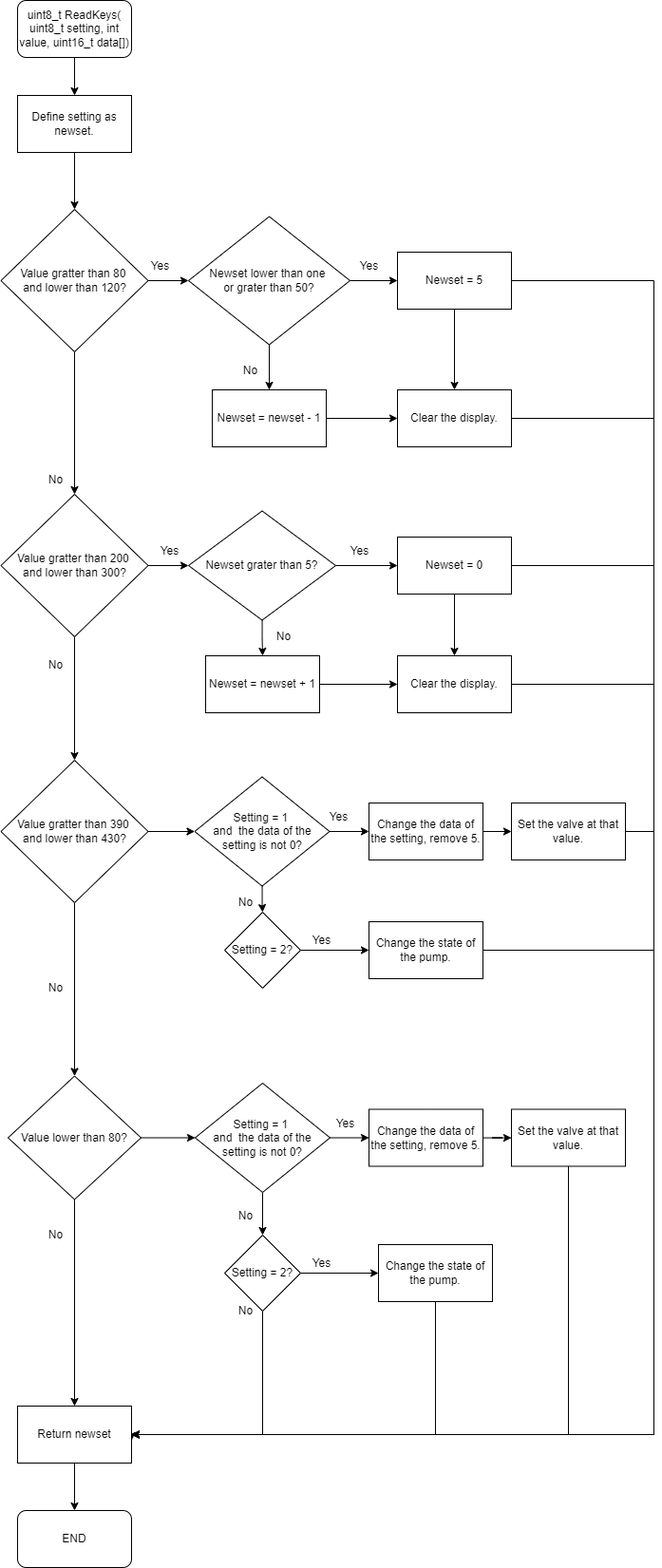
Before: img/Buttons.drawio.png, a diagram exported from draw.io (unaxlasa/Water-Tank-Project). Source tidied: cells renumbered, new cells last; positions are measured from the earlier drawing's top-left corner, leaving out a move shared by most shapes. The source it was exported from:
```xml
<mxGraphModel>
  <root>
    <mxCell id="0" />
    <mxCell id="1" parent="0" />
    <mxCell id="2" style="edgeStyle=orthogonalEdgeStyle;rounded=0;jettySize=auto;html=1;" parent="1" edge="1" source="3" target="5">
      <mxGeometry relative="1" as="geometry" />
    </mxCell>
    <mxCell id="3" value="uint8_t ReadKeys( uint8_t setting, int value, uint16_t data[])" style="rounded=1;whiteSpace=wrap;html=1;" parent="1" vertex="1">
      <mxGeometry x="18" width="120" height="60" as="geometry" />
    </mxCell>
    <mxCell id="4" style="edgeStyle=orthogonalEdgeStyle;rounded=0;jettySize=auto;html=1;" parent="1" edge="1" source="5" target="8">
      <mxGeometry relative="1" as="geometry" />
    </mxCell>
    <mxCell id="5" value="Define setting as newset." style="rounded=0;whiteSpace=wrap;html=1;" parent="1" vertex="1">
      <mxGeometry x="18" y="100" width="120" height="60" as="geometry" />
    </mxCell>
    <mxCell id="6" style="edgeStyle=orthogonalEdgeStyle;rounded=0;jettySize=auto;html=1;" parent="1" edge="1" source="8" target="11">
      <mxGeometry relative="1" as="geometry" />
    </mxCell>
    <mxCell id="7" style="edgeStyle=orthogonalEdgeStyle;rounded=0;jettySize=auto;html=1;" parent="1" edge="1" source="8" target="23">
      <mxGeometry relative="1" as="geometry" />
    </mxCell>
    <mxCell id="8" value="Value gratter than 80 &lt;br&gt;and lower than 120?" style="rhombus;whiteSpace=wrap;html=1;" parent="1" vertex="1">
      <mxGeometry x="0.5" y="220" width="155" height="150" as="geometry" />
    </mxCell>
    <mxCell id="9" style="edgeStyle=orthogonalEdgeStyle;rounded=0;jettySize=auto;html=1;" parent="1" edge="1" source="11" target="14">
      <mxGeometry relative="1" as="geometry" />
    </mxCell>
    <mxCell id="10" style="edgeStyle=orthogonalEdgeStyle;rounded=0;jettySize=auto;html=1;" parent="1" edge="1" source="11" target="36">
      <mxGeometry relative="1" as="geometry" />
    </mxCell>
    <mxCell id="11" value="Value gratter than 200 &lt;br&gt;and lower than 300?" style="rhombus;whiteSpace=wrap;html=1;" parent="1" vertex="1">
      <mxGeometry x="0.5" y="520" width="155" height="150" as="geometry" />
    </mxCell>
    <mxCell id="12" style="edgeStyle=orthogonalEdgeStyle;rounded=0;jettySize=auto;html=1;" parent="1" edge="1" source="14" target="17">
      <mxGeometry relative="1" as="geometry" />
    </mxCell>
    <mxCell id="13" style="edgeStyle=orthogonalEdgeStyle;rounded=0;jettySize=auto;html=1;" parent="1" edge="1" source="14" target="49">
      <mxGeometry relative="1" as="geometry" />
    </mxCell>
    <mxCell id="14" value="Value gratter than 390 &lt;br&gt;and lower than 430?" style="rhombus;whiteSpace=wrap;html=1;" parent="1" vertex="1">
      <mxGeometry x="0.5" y="800" width="155" height="150" as="geometry" />
    </mxCell>
    <mxCell id="15" style="edgeStyle=orthogonalEdgeStyle;rounded=0;jettySize=auto;html=1;" parent="1" edge="1" source="17" target="63">
      <mxGeometry relative="1" as="geometry" />
    </mxCell>
    <mxCell id="16" style="edgeStyle=orthogonalEdgeStyle;rounded=0;jettySize=auto;html=1;" parent="1" edge="1" source="17">
      <mxGeometry relative="1" as="geometry">
        <mxPoint x="78" y="1480" as="targetPoint" />
      </mxGeometry>
    </mxCell>
    <mxCell id="17" value="Value lower than 80?" style="rhombus;whiteSpace=wrap;html=1;" parent="1" vertex="1">
      <mxGeometry x="8" y="1132.5" width="140" height="130" as="geometry" />
    </mxCell>
    <mxCell id="18" value="No" style="text;html=1;align=center;verticalAlign=middle;strokeColor=none;fillColor=none;" parent="1" vertex="1">
      <mxGeometry x="43" y="495" width="30" height="20" as="geometry" />
    </mxCell>
    <mxCell id="19" value="No" style="text;html=1;align=center;verticalAlign=middle;strokeColor=none;fillColor=none;" parent="1" vertex="1">
      <mxGeometry x="43" y="690" width="30" height="20" as="geometry" />
    </mxCell>
    <mxCell id="20" value="No" style="text;html=1;align=center;verticalAlign=middle;strokeColor=none;fillColor=none;" parent="1" vertex="1">
      <mxGeometry x="43" y="1030" width="30" height="20" as="geometry" />
    </mxCell>
    <mxCell id="21" style="edgeStyle=orthogonalEdgeStyle;rounded=0;jettySize=auto;html=1;" parent="1" edge="1" source="23" target="25">
      <mxGeometry relative="1" as="geometry" />
    </mxCell>
    <mxCell id="22" style="edgeStyle=orthogonalEdgeStyle;rounded=0;jettySize=auto;html=1;" parent="1" edge="1" source="23" target="28">
      <mxGeometry relative="1" as="geometry" />
    </mxCell>
    <mxCell id="23" value="Newset lower than one &lt;br&gt;or grater than 50?" style="rhombus;whiteSpace=wrap;html=1;" parent="1" vertex="1">
      <mxGeometry x="198" y="227.5" width="170" height="135" as="geometry" />
    </mxCell>
    <mxCell id="24" style="edgeStyle=orthogonalEdgeStyle;rounded=0;jettySize=auto;html=1;" parent="1" edge="1" source="25" target="32">
      <mxGeometry relative="1" as="geometry" />
    </mxCell>
    <mxCell id="25" value="Newset = newset - 1" style="rounded=0;whiteSpace=wrap;html=1;" parent="1" vertex="1">
      <mxGeometry x="223" y="410" width="120" height="60" as="geometry" />
    </mxCell>
    <mxCell id="26" style="edgeStyle=orthogonalEdgeStyle;rounded=0;jettySize=auto;html=1;" parent="1" edge="1" source="28" target="32">
      <mxGeometry relative="1" as="geometry" />
    </mxCell>
    <mxCell id="27" style="edgeStyle=orthogonalEdgeStyle;rounded=0;jettySize=auto;html=1;exitX=1;exitY=0.5;exitDx=0;exitDy=0;entryX=1;entryY=0.5;entryDx=0;entryDy=0;" parent="1" edge="1" source="28">
      <mxGeometry relative="1" as="geometry">
        <mxPoint x="138" y="1510" as="targetPoint" />
        <Array as="points">
          <mxPoint x="688" y="295" />
          <mxPoint x="688" y="1510" />
        </Array>
      </mxGeometry>
    </mxCell>
    <mxCell id="28" value="Newset = 5" style="rounded=0;whiteSpace=wrap;html=1;" parent="1" vertex="1">
      <mxGeometry x="418" y="265" width="120" height="60" as="geometry" />
    </mxCell>
    <mxCell id="29" value="No" style="text;html=1;align=center;verticalAlign=middle;strokeColor=none;fillColor=none;" parent="1" vertex="1">
      <mxGeometry x="248" y="380" width="30" height="20" as="geometry" />
    </mxCell>
    <mxCell id="30" value="Yes" style="text;html=1;align=center;verticalAlign=middle;strokeColor=none;fillColor=none;" parent="1" vertex="1">
      <mxGeometry x="368" y="270" width="40" height="20" as="geometry" />
    </mxCell>
    <mxCell id="31" style="edgeStyle=orthogonalEdgeStyle;rounded=0;jettySize=auto;html=1;exitX=1;exitY=0.5;exitDx=0;exitDy=0;entryX=1;entryY=0.5;entryDx=0;entryDy=0;" parent="1" edge="1" source="32">
      <mxGeometry relative="1" as="geometry">
        <mxPoint x="138" y="1510" as="targetPoint" />
        <Array as="points">
          <mxPoint x="688" y="440" />
          <mxPoint x="688" y="1510" />
        </Array>
      </mxGeometry>
    </mxCell>
    <mxCell id="32" value="Clear the display." style="rounded=0;whiteSpace=wrap;html=1;" parent="1" vertex="1">
      <mxGeometry x="418" y="410" width="120" height="60" as="geometry" />
    </mxCell>
    <mxCell id="33" value="Yes" style="text;html=1;align=center;verticalAlign=middle;strokeColor=none;fillColor=none;" parent="1" vertex="1">
      <mxGeometry x="148" y="270" width="40" height="20" as="geometry" />
    </mxCell>
    <mxCell id="34" style="edgeStyle=orthogonalEdgeStyle;rounded=0;jettySize=auto;html=1;" parent="1" edge="1" source="36" target="41">
      <mxGeometry relative="1" as="geometry" />
    </mxCell>
    <mxCell id="35" style="edgeStyle=orthogonalEdgeStyle;rounded=0;jettySize=auto;html=1;" parent="1" edge="1" source="36" target="39">
      <mxGeometry relative="1" as="geometry" />
    </mxCell>
    <mxCell id="36" value="Newset grater than 5?" style="rhombus;whiteSpace=wrap;html=1;" parent="1" vertex="1">
      <mxGeometry x="198" y="537.5" width="155" height="115" as="geometry" />
    </mxCell>
    <mxCell id="37" style="edgeStyle=orthogonalEdgeStyle;rounded=0;jettySize=auto;html=1;" parent="1" edge="1" source="39" target="43">
      <mxGeometry relative="1" as="geometry" />
    </mxCell>
    <mxCell id="38" style="edgeStyle=orthogonalEdgeStyle;rounded=0;jettySize=auto;html=1;exitX=1;exitY=0.5;exitDx=0;exitDy=0;entryX=1;entryY=0.5;entryDx=0;entryDy=0;" parent="1" edge="1" source="39">
      <mxGeometry relative="1" as="geometry">
        <mxPoint x="138" y="1510" as="targetPoint" />
        <Array as="points">
          <mxPoint x="688" y="595" />
          <mxPoint x="688" y="1510" />
        </Array>
      </mxGeometry>
    </mxCell>
    <mxCell id="39" value="Newset = 0" style="rounded=0;whiteSpace=wrap;html=1;" parent="1" vertex="1">
      <mxGeometry x="418" y="565" width="120" height="60" as="geometry" />
    </mxCell>
    <mxCell id="40" style="edgeStyle=orthogonalEdgeStyle;rounded=0;jettySize=auto;html=1;" parent="1" edge="1" source="41" target="43">
      <mxGeometry relative="1" as="geometry" />
    </mxCell>
    <mxCell id="41" value="Newset = newset + 1" style="rounded=0;whiteSpace=wrap;html=1;" parent="1" vertex="1">
      <mxGeometry x="216" y="690" width="120" height="60" as="geometry" />
    </mxCell>
    <mxCell id="42" style="edgeStyle=orthogonalEdgeStyle;rounded=0;jettySize=auto;html=1;exitX=1;exitY=0.5;exitDx=0;exitDy=0;entryX=1;entryY=0.5;entryDx=0;entryDy=0;" parent="1" edge="1" source="43">
      <mxGeometry relative="1" as="geometry">
        <mxPoint x="138" y="1510" as="targetPoint" />
        <Array as="points">
          <mxPoint x="688" y="720" />
          <mxPoint x="688" y="1510" />
        </Array>
      </mxGeometry>
    </mxCell>
    <mxCell id="43" value="Clear the display." style="rounded=0;whiteSpace=wrap;html=1;" parent="1" vertex="1">
      <mxGeometry x="418" y="690" width="120" height="60" as="geometry" />
    </mxCell>
    <mxCell id="44" value="Yes" style="text;html=1;align=center;verticalAlign=middle;strokeColor=none;fillColor=none;" parent="1" vertex="1">
      <mxGeometry x="358" y="570" width="40" height="20" as="geometry" />
    </mxCell>
    <mxCell id="45" value="No" style="text;html=1;align=center;verticalAlign=middle;strokeColor=none;fillColor=none;" parent="1" vertex="1">
      <mxGeometry x="283" y="660" width="30" height="20" as="geometry" />
    </mxCell>
    <mxCell id="46" value="Yes" style="text;html=1;align=center;verticalAlign=middle;strokeColor=none;fillColor=none;" parent="1" vertex="1">
      <mxGeometry x="158" y="570" width="40" height="20" as="geometry" />
    </mxCell>
    <mxCell id="47" style="edgeStyle=orthogonalEdgeStyle;rounded=0;jettySize=auto;html=1;" parent="1" edge="1" source="49" target="51">
      <mxGeometry relative="1" as="geometry" />
    </mxCell>
    <mxCell id="48" style="edgeStyle=orthogonalEdgeStyle;rounded=0;jettySize=auto;html=1;" parent="1" edge="1" source="49" target="56">
      <mxGeometry relative="1" as="geometry" />
    </mxCell>
    <mxCell id="49" value="Setting = 1 &lt;br&gt;and&amp;nbsp; the data of the setting is not 0?" style="rhombus;whiteSpace=wrap;html=1;" parent="1" vertex="1">
      <mxGeometry x="204.5" y="817.5" width="142" height="115" as="geometry" />
    </mxCell>
    <mxCell id="50" style="edgeStyle=orthogonalEdgeStyle;rounded=0;jettySize=auto;html=1;" parent="1" edge="1" source="51" target="54">
      <mxGeometry relative="1" as="geometry" />
    </mxCell>
    <mxCell id="51" value="Setting = 2?" style="rhombus;whiteSpace=wrap;html=1;" parent="1" vertex="1">
      <mxGeometry x="236" y="960" width="80" height="80" as="geometry" />
    </mxCell>
    <mxCell id="52" value="No" style="text;html=1;align=center;verticalAlign=middle;strokeColor=none;fillColor=none;" parent="1" vertex="1">
      <mxGeometry x="243" y="940" width="30" height="20" as="geometry" />
    </mxCell>
    <mxCell id="53" style="edgeStyle=orthogonalEdgeStyle;rounded=0;jettySize=auto;html=1;exitX=1;exitY=0.5;exitDx=0;exitDy=0;entryX=1;entryY=0.5;entryDx=0;entryDy=0;" parent="1" edge="1" source="54">
      <mxGeometry relative="1" as="geometry">
        <mxPoint x="138" y="1510" as="targetPoint" />
        <Array as="points">
          <mxPoint x="688" y="1000" />
          <mxPoint x="688" y="1510" />
        </Array>
      </mxGeometry>
    </mxCell>
    <mxCell id="54" value="Change the state of the pump." style="rounded=0;whiteSpace=wrap;html=1;" parent="1" vertex="1">
      <mxGeometry x="388" y="970" width="120" height="60" as="geometry" />
    </mxCell>
    <mxCell id="55" style="edgeStyle=orthogonalEdgeStyle;rounded=0;jettySize=auto;html=1;" parent="1" edge="1" source="56" target="58">
      <mxGeometry relative="1" as="geometry" />
    </mxCell>
    <mxCell id="56" value="Change the data of the setting, remove 5." style="rounded=0;whiteSpace=wrap;html=1;" parent="1" vertex="1">
      <mxGeometry x="388" y="845" width="120" height="60" as="geometry" />
    </mxCell>
    <mxCell id="57" style="edgeStyle=orthogonalEdgeStyle;rounded=0;jettySize=auto;html=1;exitX=1;exitY=0.5;exitDx=0;exitDy=0;" parent="1" edge="1" source="58">
      <mxGeometry relative="1" as="geometry">
        <mxPoint x="138" y="1516.2" as="targetPoint" />
        <Array as="points">
          <mxPoint x="688" y="875" />
          <mxPoint x="688" y="1510" />
          <mxPoint x="138" y="1510" />
        </Array>
      </mxGeometry>
    </mxCell>
    <mxCell id="58" value="Set the valve at that value." style="rounded=0;whiteSpace=wrap;html=1;" parent="1" vertex="1">
      <mxGeometry x="538" y="845" width="120" height="60" as="geometry" />
    </mxCell>
    <mxCell id="59" value="Yes" style="text;html=1;align=center;verticalAlign=middle;strokeColor=none;fillColor=none;" parent="1" vertex="1">
      <mxGeometry x="336" y="850" width="40" height="20" as="geometry" />
    </mxCell>
    <mxCell id="60" value="Yes" style="text;html=1;align=center;verticalAlign=middle;strokeColor=none;fillColor=none;" parent="1" vertex="1">
      <mxGeometry x="318" y="980" width="40" height="20" as="geometry" />
    </mxCell>
    <mxCell id="61" style="edgeStyle=orthogonalEdgeStyle;rounded=0;jettySize=auto;html=1;" parent="1" edge="1" source="63" target="66">
      <mxGeometry relative="1" as="geometry" />
    </mxCell>
    <mxCell id="62" style="edgeStyle=orthogonalEdgeStyle;rounded=0;jettySize=auto;html=1;" parent="1" edge="1" source="63" target="71">
      <mxGeometry relative="1" as="geometry" />
    </mxCell>
    <mxCell id="63" value="Setting = 1 &lt;br&gt;and&amp;nbsp; the data of the setting is not 0?" style="rhombus;whiteSpace=wrap;html=1;" parent="1" vertex="1">
      <mxGeometry x="205" y="1140" width="142" height="115" as="geometry" />
    </mxCell>
    <mxCell id="64" style="edgeStyle=orthogonalEdgeStyle;rounded=0;jettySize=auto;html=1;" parent="1" edge="1" source="66" target="69">
      <mxGeometry relative="1" as="geometry" />
    </mxCell>
    <mxCell id="65" style="edgeStyle=orthogonalEdgeStyle;rounded=0;jettySize=auto;html=1;exitX=0.5;exitY=1;exitDx=0;exitDy=0;entryX=1;entryY=0.5;entryDx=0;entryDy=0;" parent="1" edge="1" source="66">
      <mxGeometry relative="1" as="geometry">
        <mxPoint x="138" y="1510" as="targetPoint" />
        <Array as="points">
          <mxPoint x="276" y="1510" />
        </Array>
      </mxGeometry>
    </mxCell>
    <mxCell id="66" value="Setting = 2?" style="rhombus;whiteSpace=wrap;html=1;" parent="1" vertex="1">
      <mxGeometry x="236" y="1300" width="80" height="80" as="geometry" />
    </mxCell>
    <mxCell id="67" value="No" style="text;html=1;align=center;verticalAlign=middle;strokeColor=none;fillColor=none;" parent="1" vertex="1">
      <mxGeometry x="243" y="1270" width="30" height="20" as="geometry" />
    </mxCell>
    <mxCell id="68" style="edgeStyle=orthogonalEdgeStyle;rounded=0;jettySize=auto;html=1;exitX=0.5;exitY=1;exitDx=0;exitDy=0;entryX=1;entryY=0.5;entryDx=0;entryDy=0;" parent="1" edge="1" source="69">
      <mxGeometry relative="1" as="geometry">
        <mxPoint x="138" y="1510" as="targetPoint" />
        <Array as="points">
          <mxPoint x="458" y="1510" />
        </Array>
      </mxGeometry>
    </mxCell>
    <mxCell id="69" value="Change the state of the pump." style="rounded=0;whiteSpace=wrap;html=1;" parent="1" vertex="1">
      <mxGeometry x="398" y="1310" width="120" height="60" as="geometry" />
    </mxCell>
    <mxCell id="70" style="edgeStyle=orthogonalEdgeStyle;rounded=0;jettySize=auto;html=1;" parent="1" edge="1" source="71" target="73">
      <mxGeometry relative="1" as="geometry" />
    </mxCell>
    <mxCell id="71" value="Change the data of the setting, remove 5." style="rounded=0;whiteSpace=wrap;html=1;" parent="1" vertex="1">
      <mxGeometry x="388" y="1167.5" width="120" height="60" as="geometry" />
    </mxCell>
    <mxCell id="72" style="edgeStyle=orthogonalEdgeStyle;rounded=0;jettySize=auto;html=1;exitX=0.5;exitY=1;exitDx=0;exitDy=0;entryX=1;entryY=0.5;entryDx=0;entryDy=0;" parent="1" edge="1" source="73" target="79">
      <mxGeometry relative="1" as="geometry" />
    </mxCell>
    <mxCell id="73" value="Set the valve at that value." style="rounded=0;whiteSpace=wrap;html=1;" parent="1" vertex="1">
      <mxGeometry x="538" y="1167.5" width="120" height="60" as="geometry" />
    </mxCell>
    <mxCell id="74" value="Yes" style="text;html=1;align=center;verticalAlign=middle;strokeColor=none;fillColor=none;" parent="1" vertex="1">
      <mxGeometry x="343" y="1172.5" width="40" height="20" as="geometry" />
    </mxCell>
    <mxCell id="75" value="Yes" style="text;html=1;align=center;verticalAlign=middle;strokeColor=none;fillColor=none;" parent="1" vertex="1">
      <mxGeometry x="318" y="1320" width="40" height="20" as="geometry" />
    </mxCell>
    <mxCell id="76" value="No" style="text;html=1;align=center;verticalAlign=middle;strokeColor=none;fillColor=none;" parent="1" vertex="1">
      <mxGeometry x="243" y="1370" width="30" height="20" as="geometry" />
    </mxCell>
    <mxCell id="77" value="No" style="text;html=1;align=center;verticalAlign=middle;strokeColor=none;fillColor=none;" parent="1" vertex="1">
      <mxGeometry x="43" y="1290" width="30" height="20" as="geometry" />
    </mxCell>
    <mxCell id="78" style="edgeStyle=orthogonalEdgeStyle;rounded=0;jettySize=auto;html=1;" parent="1" edge="1" source="79" target="80">
      <mxGeometry relative="1" as="geometry" />
    </mxCell>
    <mxCell id="79" value="Return newset" style="rounded=0;whiteSpace=wrap;html=1;" parent="1" vertex="1">
      <mxGeometry x="18" y="1480" width="120" height="60" as="geometry" />
    </mxCell>
    <mxCell id="80" value="END" style="rounded=1;whiteSpace=wrap;html=1;" parent="1" vertex="1">
      <mxGeometry x="18" y="1590" width="120" height="60" as="geometry" />
    </mxCell>
  </root>
</mxGraphModel>
```
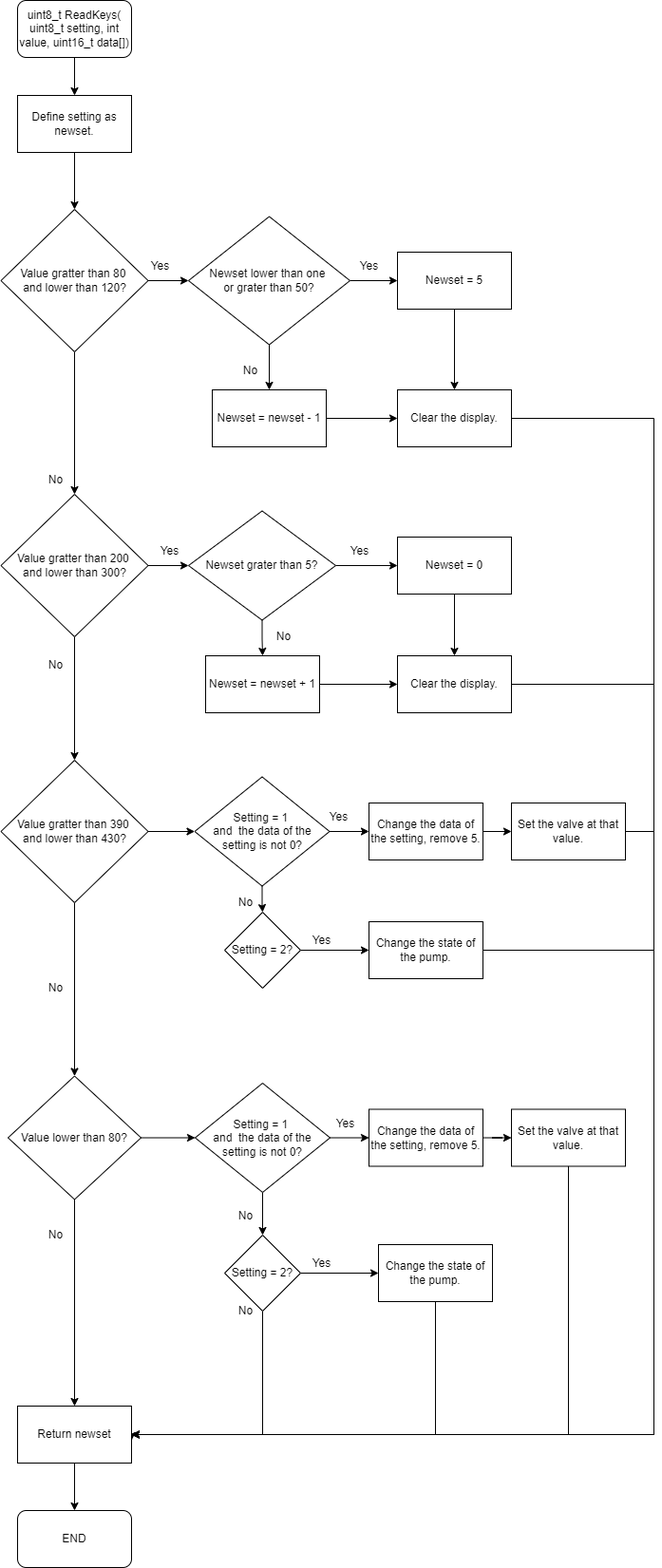
After the commit.

Diff of the diagram source:
```diff
@@ -79,15 +79,6 @@
     <mxCell id="26" style="edgeStyle=orthogonalEdgeStyle;rounded=0;jettySize=auto;html=1;" parent="1" edge="1" source="28" target="32">
       <mxGeometry relative="1" as="geometry" />
     </mxCell>
-    <mxCell id="27" style="edgeStyle=orthogonalEdgeStyle;rounded=0;jettySize=auto;html=1;exitX=1;exitY=0.5;exitDx=0;exitDy=0;entryX=1;entryY=0.5;entryDx=0;entryDy=0;" parent="1" edge="1" source="28">
-      <mxGeometry relative="1" as="geometry">
-        <mxPoint x="138" y="1510" as="targetPoint" />
-        <Array as="points">
-          <mxPoint x="688" y="295" />
-          <mxPoint x="688" y="1510" />
-        </Array>
-      </mxGeometry>
-    </mxCell>
     <mxCell id="28" value="Newset = 5" style="rounded=0;whiteSpace=wrap;html=1;" parent="1" vertex="1">
       <mxGeometry x="418" y="265" width="120" height="60" as="geometry" />
     </mxCell>
@@ -124,15 +115,6 @@
     <mxCell id="37" style="edgeStyle=orthogonalEdgeStyle;rounded=0;jettySize=auto;html=1;" parent="1" edge="1" source="39" target="43">
       <mxGeometry relative="1" as="geometry" />
     </mxCell>
-    <mxCell id="38" style="edgeStyle=orthogonalEdgeStyle;rounded=0;jettySize=auto;html=1;exitX=1;exitY=0.5;exitDx=0;exitDy=0;entryX=1;entryY=0.5;entryDx=0;entryDy=0;" parent="1" edge="1" source="39">
-      <mxGeometry relative="1" as="geometry">
-        <mxPoint x="138" y="1510" as="targetPoint" />
-        <Array as="points">
-          <mxPoint x="688" y="595" />
-          <mxPoint x="688" y="1510" />
-        </Array>
-      </mxGeometry>
-    </mxCell>
     <mxCell id="39" value="Newset = 0" style="rounded=0;whiteSpace=wrap;html=1;" parent="1" vertex="1">
       <mxGeometry x="418" y="565" width="120" height="60" as="geometry" />
     </mxCell>
```
